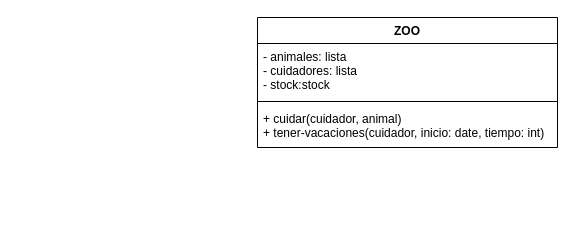
Earlier version of the draw.io diagram EJ6/ejercicio6.drawio (Trabajo-gruupal-empresa/Mediante-UML). Source tidied: cells renumbered, new cells numbered last; positions are measured from the earlier drawing's top-left corner, leaving out a move shared by most shapes. Both pictures are drawn from the tidied source at 100%, with x=0, y=0 at pixel (257, 17).
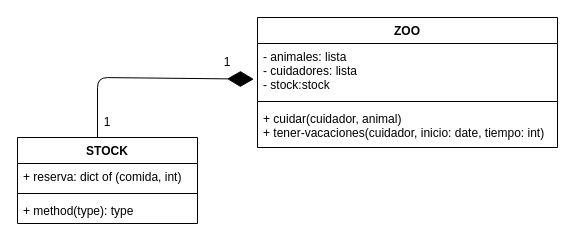
After the change.

Commit message:
clase stock

Change to the diagram source:
```diff
@@
 <mxGraphModel>
   <root>
     <mxCell id="0" />
     <mxCell id="1" parent="0" />
     <mxCell id="2" value="ZOO" style="swimlane;fontStyle=1;align=center;verticalAlign=top;horizontal=1;startSize=26;" parent="1" vertex="1">
       <mxGeometry width="300" height="130" as="geometry" />
     </mxCell>
     <mxCell id="3" value="- animales: lista&#10;- cuidadores: lista&#10;- stock:stock" style="text;strokeColor=none;fillColor=none;align=left;verticalAlign=top;spacingLeft=4;spacingRight=4;overflow=hidden;points=[[0,0.5],[1,0.5]];portConstraint=eastwest;" parent="2" vertex="1">
       <mxGeometry y="26" width="300" height="54" as="geometry" />
     </mxCell>
     <mxCell id="4" style="line;strokeWidth=1;fillColor=none;align=left;verticalAlign=middle;spacingTop=-1;spacingLeft=3;spacingRight=3;labelPosition=right;strokeColor=inherit;" parent="2" vertex="1">
       <mxGeometry y="80" width="300" height="8" as="geometry" />
     </mxCell>
     <mxCell id="5" value="+ cuidar(cuidador, animal)&#10;+ tener-vacaciones(cuidador, inicio: date, tiempo: int)&#10;" style="text;strokeColor=none;fillColor=none;align=left;verticalAlign=top;spacingLeft=4;spacingRight=4;overflow=hidden;" parent="2" vertex="1">
       <mxGeometry y="88" width="300" height="42" as="geometry" />
     </mxCell>
+    <mxCell id="6" style="endArrow=diamondThin;endFill=1;endSize=24;html=1;entryX=-0.012;entryY=0.66;entryDx=0;entryDy=0;entryPerimeter=0;" parent="1" edge="1" target="3">
+      <mxGeometry relative="1" as="geometry">
+        <mxPoint x="-160" y="120" as="sourcePoint" />
+        <Array as="points">
+          <mxPoint x="-160" y="60" />
+        </Array>
+      </mxGeometry>
+    </mxCell>
+    <mxCell id="7" value="STOCK" style="swimlane;fontStyle=1;align=center;verticalAlign=top;horizontal=1;startSize=26;" parent="1" vertex="1">
+      <mxGeometry x="-240" y="120" width="180" height="86" as="geometry" />
+    </mxCell>
+    <mxCell id="8" value="+ reserva: dict of (comida, int)" style="text;strokeColor=none;fillColor=none;align=left;verticalAlign=top;spacingLeft=4;spacingRight=4;overflow=hidden;" parent="7" vertex="1">
+      <mxGeometry y="26" width="180" height="26" as="geometry" />
+    </mxCell>
+    <mxCell id="9" style="line;strokeWidth=1;fillColor=none;align=left;verticalAlign=middle;spacingTop=-1;spacingLeft=3;spacingRight=3;labelPosition=right;strokeColor=inherit;" parent="7" vertex="1">
+      <mxGeometry y="52" width="180" height="8" as="geometry" />
+    </mxCell>
+    <mxCell id="10" value="+ method(type): type" style="text;strokeColor=none;fillColor=none;align=left;verticalAlign=top;spacingLeft=4;spacingRight=4;overflow=hidden;" parent="7" vertex="1">
+      <mxGeometry y="60" width="180" height="26" as="geometry" />
+    </mxCell>
+    <mxCell id="11" value="1" style="text;strokeColor=none;align=center;fillColor=none;html=1;verticalAlign=middle;whiteSpace=wrap;rounded=0;" parent="1" vertex="1">
+      <mxGeometry x="-60" y="30" width="60" height="30" as="geometry" />
+    </mxCell>
+    <mxCell id="12" value="1" style="text;strokeColor=none;align=center;fillColor=none;html=1;verticalAlign=middle;whiteSpace=wrap;rounded=0;" parent="1" vertex="1">
+      <mxGeometry x="-180" y="90" width="60" height="30" as="geometry" />
+    </mxCell>
   </root>
 </mxGraphModel>
```
